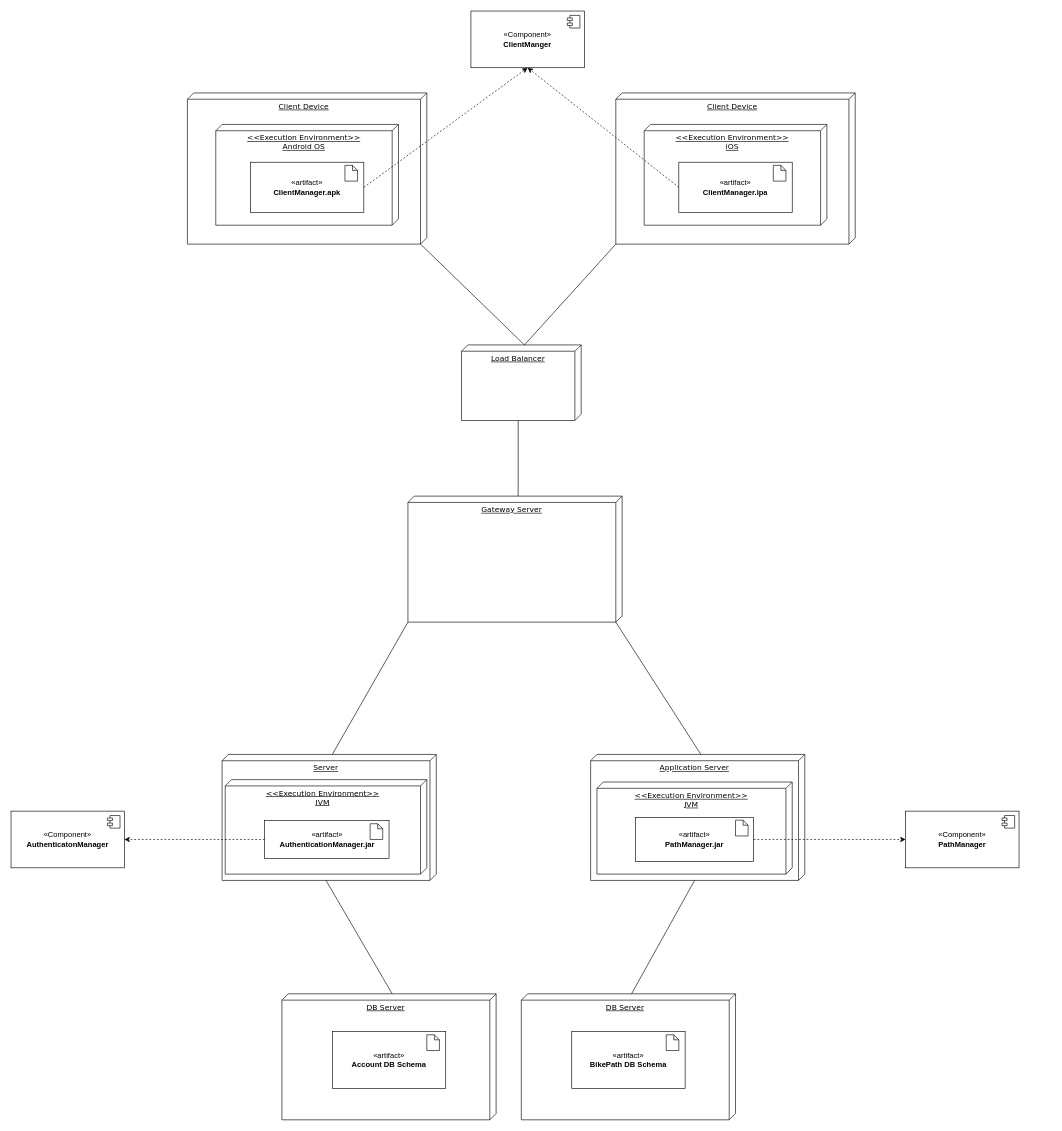
The draw.io diagram DD/Deployment_Diagram.drawio in ilevinci/RubinoUvinsiVinciguerra, before the edit. Source tidied: cells renumbered, new cells numbered last; positions are measured from the earlier drawing's top-left corner, leaving out a move shared by most shapes. Both pictures are drawn from the tidied source at 63%, with x=0, y=0 at pixel (11, 11).
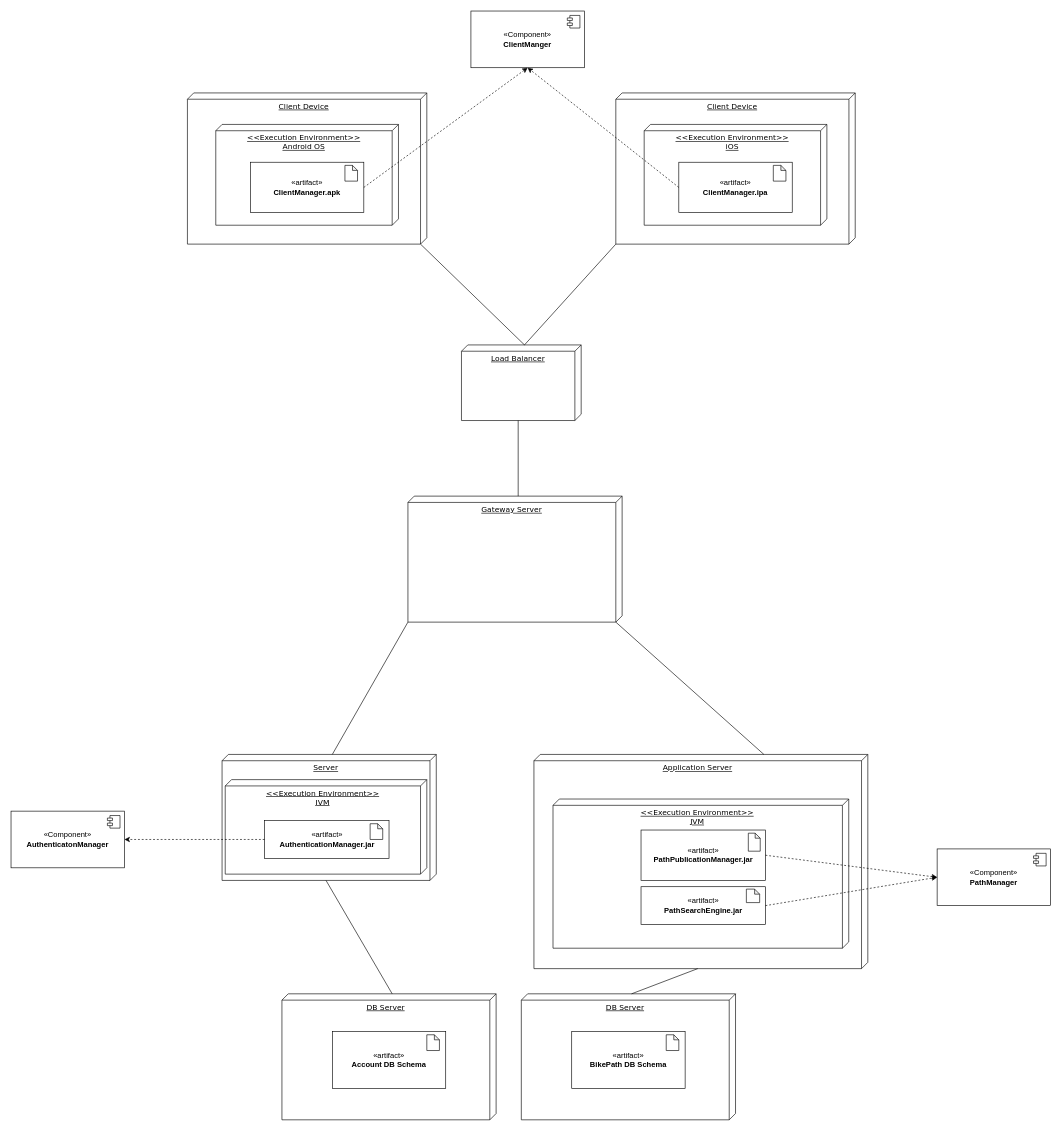
The same page after the edit.

Commit message (it also covers changes not shown here):
Added CC Diagram, fixed Deployment Diagram

The change refers to these unchanged cells:
```xml
<mxCell id="7" value="&lt;div&gt;&lt;font face=&quot;Verdana&quot;&gt;DB Server&lt;/font&gt;&lt;/div&gt;" style="verticalAlign=top;align=center;spacingTop=8;spacingLeft=2;spacingRight=12;shape=cube;size=10;direction=south;fontStyle=4;html=1;whiteSpace=wrap;" parent="1" vertex="1">
  <mxGeometry x="810" y="1560" width="340" height="200" as="geometry" />
</mxCell>
```

Diff of the diagram source:
```diff
@@
+    <mxCell id="43" style="group;" parent="1" vertex="1">
+      <mxGeometry x="830" y="1180" width="530" height="340" as="geometry" />
+    </mxCell>
+    <mxCell id="5" value="&lt;div&gt;&lt;font face=&quot;Verdana&quot;&gt;Application Server&lt;/font&gt;&lt;/div&gt;" style="verticalAlign=top;align=center;spacingTop=8;spacingLeft=2;spacingRight=12;shape=cube;size=10;direction=south;fontStyle=4;html=1;whiteSpace=wrap;" parent="43" vertex="1">
+      <mxGeometry width="530" height="340" as="geometry" />
+    </mxCell>
+    <mxCell id="36" value="&lt;div&gt;&lt;font face=&quot;Verdana&quot;&gt;&amp;lt;&amp;lt;Execution Environment&amp;gt;&amp;gt;&lt;/font&gt;&lt;/div&gt;&lt;div&gt;&lt;font face=&quot;Verdana&quot;&gt;JVM&lt;/font&gt;&lt;/div&gt;" style="verticalAlign=top;align=center;spacingTop=8;spacingLeft=2;spacingRight=12;shape=cube;size=10;direction=south;fontStyle=4;html=1;whiteSpace=wrap;" parent="43" vertex="1">
+      <mxGeometry x="30.3" y="70.8" width="469.4" height="236.8" as="geometry" />
+    </mxCell>
+    <mxCell id="44" style="group;" parent="43" vertex="1">
+      <mxGeometry x="170" y="210" width="197.5" height="60" as="geometry" />
+    </mxCell>
+    <mxCell id="45" value="«artifact&lt;span style=&quot;background-color: transparent; color: light-dark(rgb(0, 0, 0), rgb(255, 255, 255));&quot;&gt;»&lt;/span&gt;&lt;div&gt;&lt;b&gt;PathSearchEngine.jar&lt;/b&gt;&lt;/div&gt;" style="html=1;whiteSpace=wrap;" parent="44" vertex="1">
+      <mxGeometry width="197.5" height="60" as="geometry" />
+    </mxCell>
+    <mxCell id="46" style="shape=note;whiteSpace=wrap;html=1;backgroundOutline=1;darkOpacity=0.05;size=8;" parent="44" vertex="1">
+      <mxGeometry x="167.2" y="3.8" width="21.1" height="21.4" as="geometry" />
+    </mxCell>
+    <mxCell id="47" style="group;" parent="43" vertex="1">
+      <mxGeometry x="190" y="120" width="177.5" height="80" as="geometry" />
+    </mxCell>
+    <mxCell id="40" value="«artifact&lt;span style=&quot;background-color: transparent; color: light-dark(rgb(0, 0, 0), rgb(255, 255, 255));&quot;&gt;»&lt;/span&gt;&lt;div&gt;&lt;b&gt;PathPublicationManager.jar&lt;/b&gt;&lt;/div&gt;" style="html=1;whiteSpace=wrap;" parent="47" vertex="1">
+      <mxGeometry x="-20" width="197.5" height="80" as="geometry" />
+    </mxCell>
+    <mxCell id="41" style="shape=note;whiteSpace=wrap;html=1;backgroundOutline=1;darkOpacity=0.05;size=8;" parent="47" vertex="1">
+      <mxGeometry x="150.3" y="5" width="18.9" height="28.6" as="geometry" />
+    </mxCell>
@@
-    <mxCell id="5" value="&lt;div&gt;&lt;font face=&quot;Verdana&quot;&gt;Application Server&lt;/font&gt;&lt;/div&gt;" style="verticalAlign=top;align=center;spacingTop=8;spacingLeft=2;spacingRight=12;shape=cube;size=10;direction=south;fontStyle=4;html=1;whiteSpace=wrap;" parent="1" vertex="1">
-      <mxGeometry x="920" y="1180" width="340" height="200" as="geometry" />
-    </mxCell>
@@
     <mxCell id="17" value="«Component»&lt;br&gt;&lt;b&gt;PathManager&lt;/b&gt;" style="html=1;whiteSpace=wrap;" parent="1" vertex="1">
-      <mxGeometry x="1420" y="1270" width="180" height="90" as="geometry" />
+      <mxGeometry x="1470" y="1330" width="180" height="90" as="geometry" />
     </mxCell>
@@
-    <mxCell id="20" style="endArrow=none;html=1;rounded=0;entryX=0;entryY=0;entryDx=200;entryDy=175;entryPerimeter=0;exitX=0;exitY=0;exitDx=0;exitDy=165;exitPerimeter=0;" parent="1" edge="1" source="7" target="5">
+    <mxCell id="20" style="endArrow=none;html=1;rounded=0;exitX=0;exitY=0;exitDx=0;exitDy=165;exitPerimeter=0;entryX=0;entryY=0;entryDx=340;entryDy=270;entryPerimeter=0;" parent="1" edge="1" source="7" target="5">
       <mxGeometry relative="1" as="geometry" />
     </mxCell>
@@
-    <mxCell id="36" value="&lt;div&gt;&lt;font face=&quot;Verdana&quot;&gt;&amp;lt;&amp;lt;Execution Environment&amp;gt;&amp;gt;&lt;/font&gt;&lt;/div&gt;&lt;div&gt;&lt;font face=&quot;Verdana&quot;&gt;JVM&lt;/font&gt;&lt;/div&gt;" style="verticalAlign=top;align=center;spacingTop=8;spacingLeft=2;spacingRight=12;shape=cube;size=10;direction=south;fontStyle=4;html=1;whiteSpace=wrap;" parent="1" vertex="1">
-      <mxGeometry x="930" y="1223.8" width="310" height="146.2" as="geometry" />
-    </mxCell>
@@
-    <mxCell id="40" value="«artifact&lt;span style=&quot;background-color: transparent; color: light-dark(rgb(0, 0, 0), rgb(255, 255, 255));&quot;&gt;»&lt;/span&gt;&lt;div&gt;&lt;b&gt;PathManager.jar&lt;/b&gt;&lt;/div&gt;" style="html=1;whiteSpace=wrap;" parent="1" vertex="1">
-      <mxGeometry x="991.2" y="1280" width="187.5" height="70" as="geometry" />
-    </mxCell>
-    <mxCell id="41" style="shape=note;whiteSpace=wrap;html=1;backgroundOutline=1;darkOpacity=0.05;size=8;" parent="1" vertex="1">
-      <mxGeometry x="1150" y="1284.4" width="20" height="25" as="geometry" />
-    </mxCell>
@@
+    <mxCell id="48" style="endArrow=classic;html=1;rounded=0;dashed=1;entryX=0;entryY=0.5;entryDx=0;entryDy=0;exitX=1;exitY=0.5;exitDx=0;exitDy=0;" parent="1" edge="1" source="45" target="17">
+      <mxGeometry relative="1" as="geometry" />
+    </mxCell>
```
